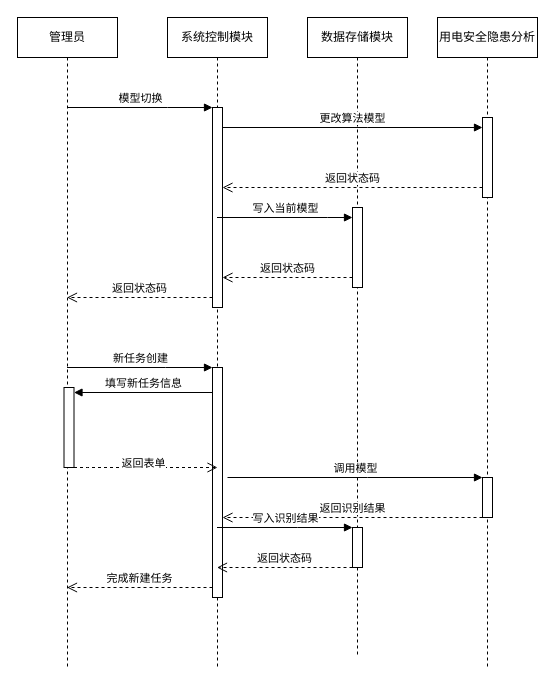
Earlier version of the draw.io diagram Draw.io/本科毕业设计/顺序图_管理员操作.drawio (Arete-FFF/PicGo). Source tidied: cells renumbered, new cells numbered last; positions are measured from the earlier drawing's top-left corner, leaving out a move shared by most shapes. Both pictures are drawn from the tidied source at 100%, with x=0, y=0 at pixel (17, 17).
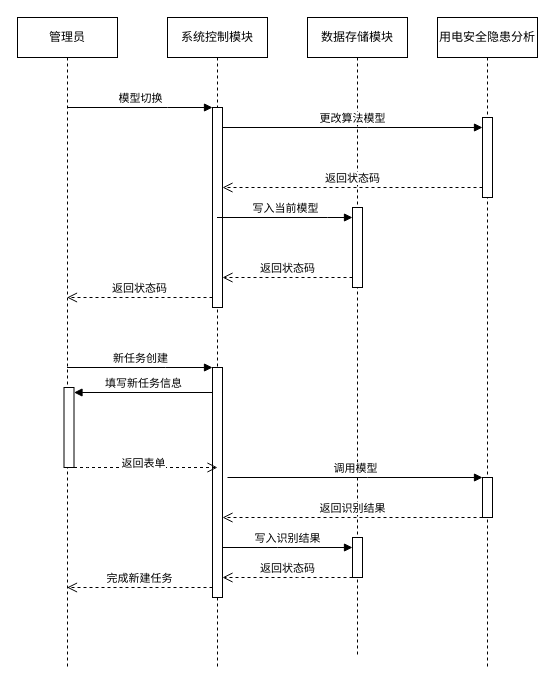
Above is the later version.

Commit message (it also covers changes not shown here):
更新顺序图_管理员操作.drawio

The change refers to these unchanged cells:
```xml
<mxCell id="4" value="系统控制模块" style="shape=umlLifeline;perimeter=lifelinePerimeter;whiteSpace=wrap;html=1;outlineConnect=0;portConstraint=eastwest;newEdgeStyle={&quot;edgeStyle&quot;:&quot;elbowEdgeStyle&quot;,&quot;elbow&quot;:&quot;vertical&quot;,&quot;curved&quot;:0,&quot;rounded&quot;:0};" parent="1" vertex="1">
  <mxGeometry x="150" width="100" height="650" as="geometry" />
</mxCell>
<mxCell id="6" style="html=1;points=[];perimeter=orthogonalPerimeter;outlineConnect=0;targetShapes=umlLifeline;portConstraint=eastwest;newEdgeStyle={&quot;edgeStyle&quot;:&quot;elbowEdgeStyle&quot;,&quot;elbow&quot;:&quot;vertical&quot;,&quot;curved&quot;:0,&quot;rounded&quot;:0};" parent="4" vertex="1">
  <mxGeometry x="45" y="350" width="10" height="230" as="geometry" />
</mxCell>
<mxCell id="7" value="数据存储模块" style="shape=umlLifeline;perimeter=lifelinePerimeter;whiteSpace=wrap;html=1;newEdgeStyle={&quot;edgeStyle&quot;:&quot;elbowEdgeStyle&quot;,&quot;elbow&quot;:&quot;vertical&quot;,&quot;curved&quot;:0,&quot;rounded&quot;:0};" parent="1" vertex="1">
  <mxGeometry x="290" width="100" height="640" as="geometry" />
</mxCell>
```

The edit, as a diff of the source:
```diff
@@
     <mxCell id="9" style="html=1;points=[];perimeter=orthogonalPerimeter;outlineConnect=0;targetShapes=umlLifeline;portConstraint=eastwest;newEdgeStyle={&quot;edgeStyle&quot;:&quot;elbowEdgeStyle&quot;,&quot;elbow&quot;:&quot;vertical&quot;,&quot;curved&quot;:0,&quot;rounded&quot;:0};" parent="7" vertex="1">
-      <mxGeometry x="45" y="510" width="10" height="40" as="geometry" />
+      <mxGeometry x="45" y="520" width="10" height="40" as="geometry" />
     </mxCell>
@@
-    <mxCell id="25" value="写入识别结果" style="html=1;verticalAlign=bottom;endArrow=block;edgeStyle=elbowEdgeStyle;elbow=vertical;curved=0;rounded=0;" parent="1" edge="1" source="4" target="9">
+    <mxCell id="25" value="写入识别结果" style="html=1;verticalAlign=bottom;endArrow=block;edgeStyle=elbowEdgeStyle;elbow=vertical;curved=0;rounded=0;" parent="1" edge="1" source="6" target="9">
       <mxGeometry relative="1" as="geometry">
         <Array as="points">
+          <mxPoint x="260" y="530" />
           <mxPoint x="280" y="510" />
         </Array>
       </mxGeometry>
     </mxCell>
-    <mxCell id="26" value="返回状态码" style="html=1;verticalAlign=bottom;endArrow=open;dashed=1;endSize=8;edgeStyle=elbowEdgeStyle;elbow=vertical;curved=0;rounded=0;" parent="1" edge="1" source="9" target="4">
+    <mxCell id="26" value="返回状态码" style="html=1;verticalAlign=bottom;endArrow=open;dashed=1;endSize=8;edgeStyle=elbowEdgeStyle;elbow=vertical;curved=0;rounded=0;" parent="1" edge="1" source="9" target="6">
       <mxGeometry relative="1" as="geometry">
         <Array as="points">
-          <mxPoint x="293" y="550" />
+          <mxPoint x="280" y="560" />
         </Array>
       </mxGeometry>
     </mxCell>
```
